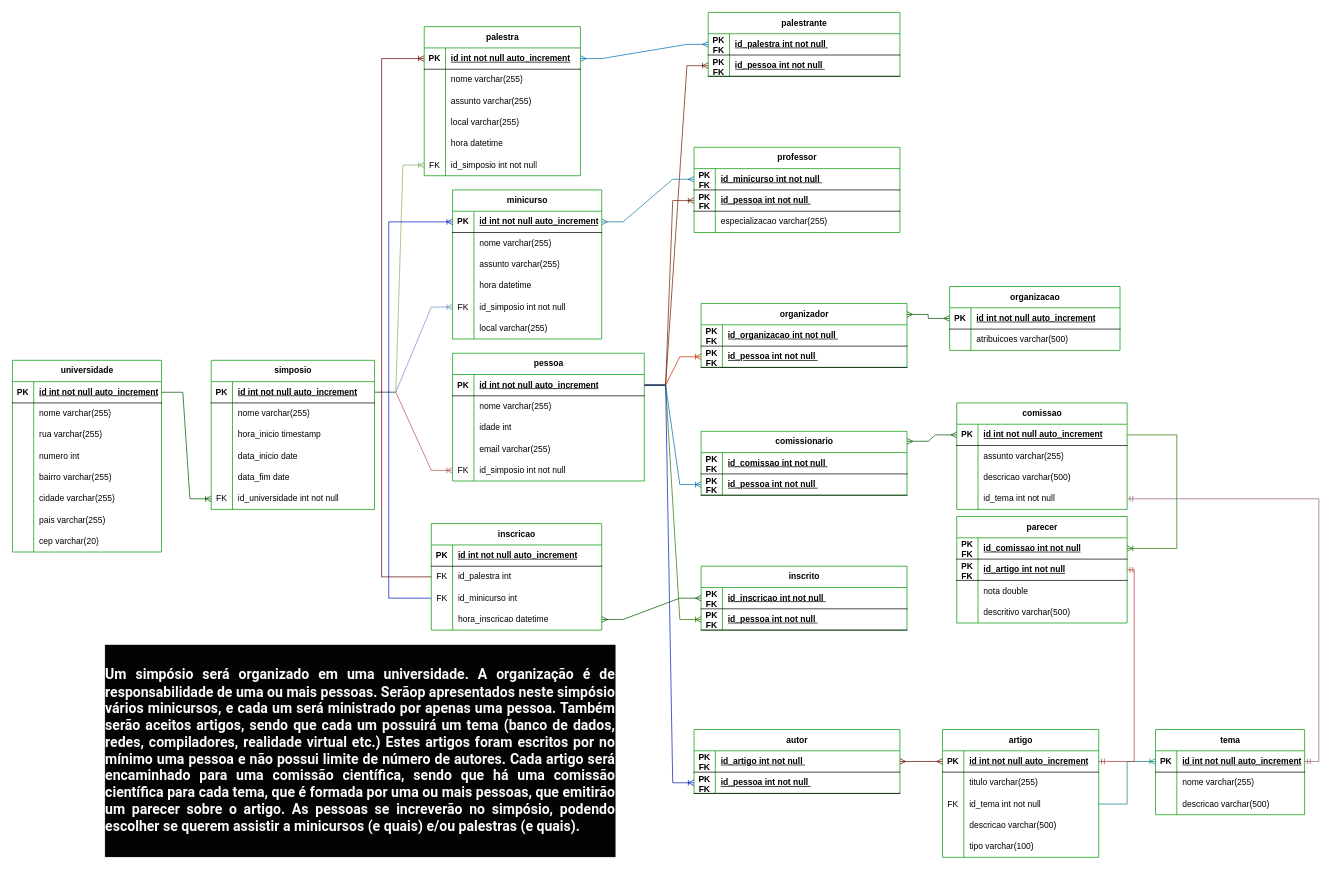
This is Diagramas/Atividades/simposio.drawio from samueldelorenzi/BancoDeDadosI, a draw.io file, before an edit. Source tidied: cells renumbered, new cells numbered last; positions are measured from the earlier drawing's top-left corner, leaving out a move shared by most shapes. Both pictures are drawn from the tidied source at 71%, with x=0, y=0 at pixel (12, 12).
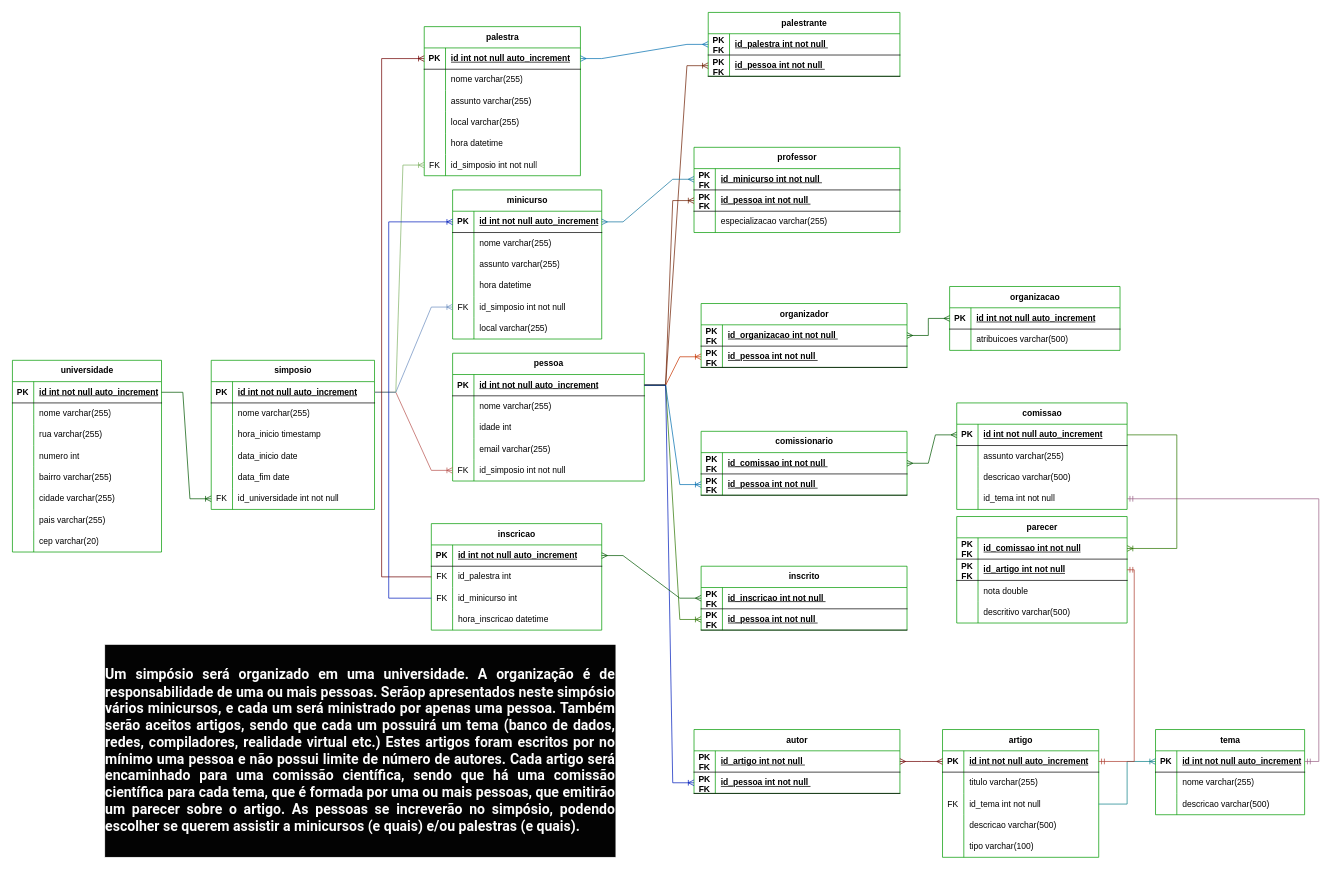
The same diagram, later.

Unchanged cells that the change refers to:
```xml
<mxCell id="3" style="shape=tableRow;horizontal=0;startSize=0;swimlaneHead=0;swimlaneBody=0;fillColor=none;points=[[0,0.5],[1,0.5]];portConstraint=eastwest;top=0;left=0;right=0;bottom=1;" parent="2" vertex="1">
  <mxGeometry y="30" width="240" height="30" as="geometry" />
</mxCell>
<mxCell id="99" style="shape=tableRow;horizontal=0;startSize=0;swimlaneHead=0;swimlaneBody=0;fillColor=none;points=[[0,0.5],[1,0.5]];portConstraint=eastwest;top=0;left=0;right=0;bottom=1;" parent="98" vertex="1">
  <mxGeometry y="30" width="240" height="30" as="geometry" />
</mxCell>
<mxCell id="108" style="shape=tableRow;horizontal=0;startSize=0;swimlaneHead=0;swimlaneBody=0;fillColor=none;points=[[0,0.5],[1,0.5]];portConstraint=eastwest;top=0;left=0;right=0;bottom=0;" parent="98" vertex="1">
  <mxGeometry y="120" width="240" height="30" as="geometry" />
</mxCell>
<mxCell id="171" style="shape=tableRow;horizontal=0;startSize=0;swimlaneHead=0;swimlaneBody=0;fillColor=none;points=[[0,0.5],[1,0.5]];portConstraint=eastwest;top=0;left=0;right=0;bottom=1;" parent="170" vertex="1">
  <mxGeometry y="30" width="290" height="30" as="geometry" />
</mxCell>
<mxCell id="178" style="shape=tableRow;horizontal=0;startSize=0;swimlaneHead=0;swimlaneBody=0;fillColor=none;points=[[0,0.5],[1,0.5]];portConstraint=eastwest;top=0;left=0;right=0;bottom=1;" parent="177" vertex="1">
  <mxGeometry y="30" width="290" height="30" as="geometry" />
</mxCell>
<mxCell id="184" value="organizador" style="shape=table;startSize=30;childLayout=tableLayout;rowLines=0;fontStyle=1;align=center;html=1;strokeColor=#009900;" parent="1" vertex="1">
  <mxGeometry x="970" y="410" width="290" height="90" as="geometry" />
</mxCell>
<mxCell id="185" style="shape=tableRow;horizontal=0;startSize=0;swimlaneHead=0;swimlaneBody=0;fillColor=none;points=[[0,0.5],[1,0.5]];portConstraint=eastwest;top=0;left=0;right=0;bottom=1;" parent="184" vertex="1">
  <mxGeometry y="30" width="290" height="30" as="geometry" />
</mxCell>
<mxCell id="216" style="shape=tableRow;horizontal=0;startSize=0;swimlaneHead=0;swimlaneBody=0;fillColor=none;points=[[0,0.5],[1,0.5]];portConstraint=eastwest;top=0;left=0;right=0;bottom=1;" parent="215" vertex="1">
  <mxGeometry y="30" width="240" height="30" as="geometry" />
</mxCell>
```

Change to the diagram source:
```diff
@@
-    <mxCell id="210" style="edgeStyle=entityRelationEdgeStyle;fontSize=12;html=1;endArrow=ERmany;startArrow=ERmany;rounded=0;entryX=0;entryY=0.5;entryDx=0;entryDy=0;fillColor=#008a00;strokeColor=#005700;" parent="1" edge="1" source="108" target="171">
+    <mxCell id="210" style="edgeStyle=entityRelationEdgeStyle;fontSize=12;html=1;endArrow=ERmany;startArrow=ERmany;rounded=0;entryX=0;entryY=0.5;entryDx=0;entryDy=0;fillColor=#008a00;strokeColor=#005700;exitX=1;exitY=0.5;exitDx=0;exitDy=0;" parent="1" edge="1" source="99" target="171">
       <mxGeometry relative="1" as="geometry" />
     </mxCell>
@@
-    <mxCell id="222" style="edgeStyle=entityRelationEdgeStyle;fontSize=12;html=1;endArrow=ERmany;startArrow=ERmany;rounded=0;exitX=0.999;exitY=0.171;exitDx=0;exitDy=0;exitPerimeter=0;fillColor=#008a00;strokeColor=#005700;" parent="1" edge="1" source="184" target="216">
+    <mxCell id="222" style="edgeStyle=entityRelationEdgeStyle;fontSize=12;html=1;endArrow=ERmany;startArrow=ERmany;rounded=0;exitX=1;exitY=0.5;exitDx=0;exitDy=0;fillColor=#008a00;strokeColor=#005700;" parent="1" edge="1" source="185" target="216">
       <mxGeometry relative="1" as="geometry" />
     </mxCell>
-    <mxCell id="223" style="edgeStyle=entityRelationEdgeStyle;fontSize=12;html=1;endArrow=ERmany;startArrow=ERmany;rounded=0;entryX=0;entryY=0.5;entryDx=0;entryDy=0;fillColor=#008a00;strokeColor=#005700;" parent="1" edge="1" target="3">
-      <mxGeometry relative="1" as="geometry">
-        <mxPoint x="1260" y="604" as="sourcePoint" />
-      </mxGeometry>
+    <mxCell id="223" style="edgeStyle=entityRelationEdgeStyle;fontSize=12;html=1;endArrow=ERmany;startArrow=ERmany;rounded=0;entryX=0;entryY=0.5;entryDx=0;entryDy=0;fillColor=#008a00;strokeColor=#005700;" parent="1" edge="1" source="178" target="3">
+      <mxGeometry relative="1" as="geometry" />
     </mxCell>
```
